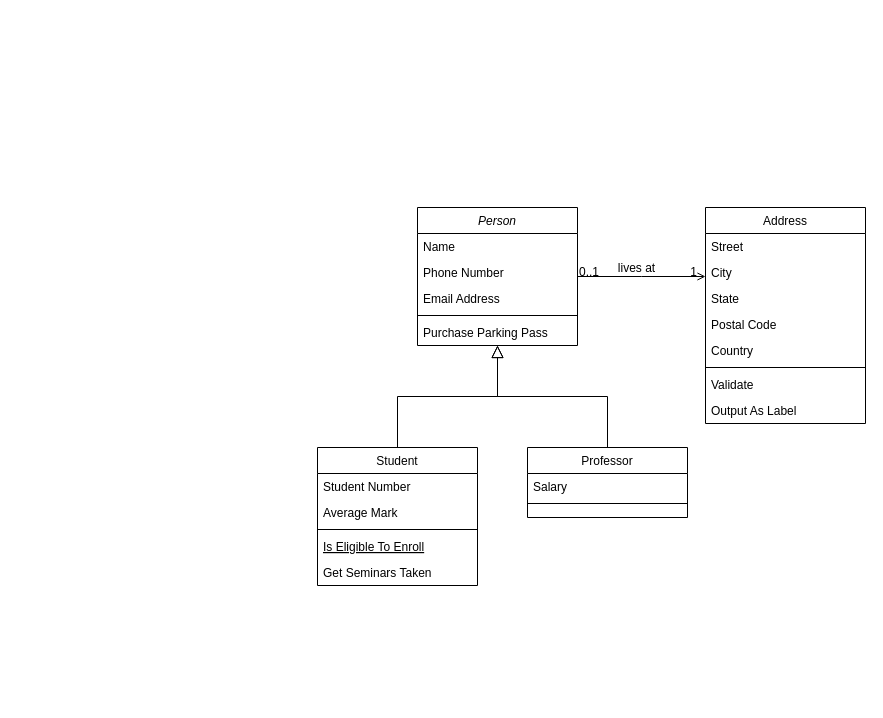
The draw.io diagram docs/Class_Diagram.drawio in Atributties/ProjectPeak, before the edit. Source tidied: cells renumbered, new cells numbered last; positions are measured from the earlier drawing's top-left corner, leaving out a move shared by most shapes. Both pictures are drawn from the tidied source at 100%, with x=0, y=0 at pixel (317, 207).
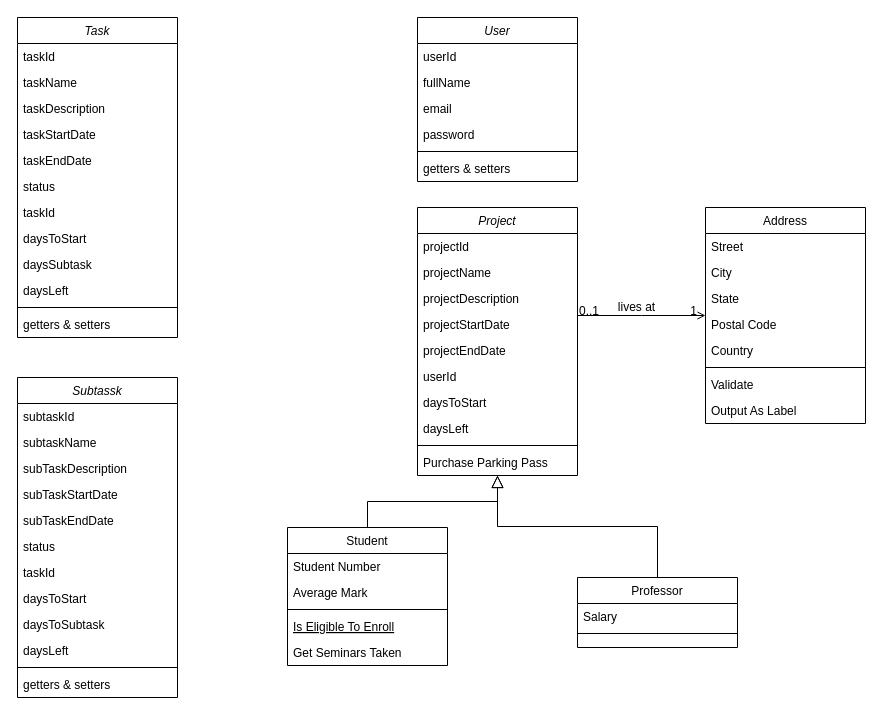
The same diagram, later.

The edit, as a diff of the source:
```diff
@@
-    <mxCell id="2" value="Person" style="swimlane;fontStyle=2;align=center;verticalAlign=top;horizontal=1;startSize=26;rounded=0;shadow=0;strokeWidth=1;" parent="1" vertex="1">
-      <mxGeometry x="100" width="160" height="138" as="geometry" />
+    <mxCell id="2" value="Project" style="swimlane;fontStyle=2;align=center;verticalAlign=top;horizontal=1;startSize=26;rounded=0;shadow=0;strokeWidth=1;" parent="1" vertex="1">
+      <mxGeometry x="100" width="160" height="268" as="geometry" />
     </mxCell>
-    <mxCell id="3" value="Name" style="text;align=left;verticalAlign=top;spacingLeft=4;spacingRight=4;overflow=hidden;" parent="2" vertex="1">
+    <mxCell id="3" value="projectId" style="text;align=left;verticalAlign=top;spacingLeft=4;spacingRight=4;overflow=hidden;" parent="2" vertex="1">
       <mxGeometry y="26" width="160" height="26" as="geometry" />
     </mxCell>
-    <mxCell id="4" value="Phone Number" style="text;align=left;verticalAlign=top;spacingLeft=4;spacingRight=4;overflow=hidden;rounded=0;shadow=0;html=0;" parent="2" vertex="1">
+    <mxCell id="4" value="projectName" style="text;align=left;verticalAlign=top;spacingLeft=4;spacingRight=4;overflow=hidden;rounded=0;shadow=0;html=0;" parent="2" vertex="1">
       <mxGeometry y="52" width="160" height="26" as="geometry" />
     </mxCell>
-    <mxCell id="5" value="Email Address" style="text;align=left;verticalAlign=top;spacingLeft=4;spacingRight=4;overflow=hidden;rounded=0;shadow=0;html=0;" parent="2" vertex="1">
+    <mxCell id="5" value="projectDescription" style="text;align=left;verticalAlign=top;spacingLeft=4;spacingRight=4;overflow=hidden;rounded=0;shadow=0;html=0;" parent="2" vertex="1">
       <mxGeometry y="78" width="160" height="26" as="geometry" />
     </mxCell>
+    <mxCell id="32" value="projectStartDate" style="text;align=left;verticalAlign=top;spacingLeft=4;spacingRight=4;overflow=hidden;rounded=0;shadow=0;html=0;" parent="2" vertex="1">
+      <mxGeometry y="104" width="160" height="26" as="geometry" />
+    </mxCell>
+    <mxCell id="33" value="projectEndDate" style="text;align=left;verticalAlign=top;spacingLeft=4;spacingRight=4;overflow=hidden;rounded=0;shadow=0;html=0;" parent="2" vertex="1">
+      <mxGeometry y="130" width="160" height="26" as="geometry" />
+    </mxCell>
+    <mxCell id="34" value="userId" style="text;align=left;verticalAlign=top;spacingLeft=4;spacingRight=4;overflow=hidden;rounded=0;shadow=0;html=0;" parent="2" vertex="1">
+      <mxGeometry y="156" width="160" height="26" as="geometry" />
+    </mxCell>
+    <mxCell id="35" value="daysToStart" style="text;align=left;verticalAlign=top;spacingLeft=4;spacingRight=4;overflow=hidden;rounded=0;shadow=0;html=0;" parent="2" vertex="1">
+      <mxGeometry y="182" width="160" height="26" as="geometry" />
+    </mxCell>
+    <mxCell id="36" value="daysLeft" style="text;align=left;verticalAlign=top;spacingLeft=4;spacingRight=4;overflow=hidden;rounded=0;shadow=0;html=0;" parent="2" vertex="1">
+      <mxGeometry y="208" width="160" height="26" as="geometry" />
+    </mxCell>
     <mxCell id="6" style="line;html=1;strokeWidth=1;align=left;verticalAlign=middle;spacingTop=-1;spacingLeft=3;spacingRight=3;labelPosition=right;" parent="2" vertex="1">
-      <mxGeometry y="104" width="160" height="8" as="geometry" />
+      <mxGeometry y="234" width="160" height="8" as="geometry" />
     </mxCell>
     <mxCell id="7" value="Purchase Parking Pass" style="text;align=left;verticalAlign=top;spacingLeft=4;spacingRight=4;overflow=hidden;" parent="2" vertex="1">
-      <mxGeometry y="112" width="160" height="26" as="geometry" />
+      <mxGeometry y="242" width="160" height="26" as="geometry" />
     </mxCell>
     <mxCell id="8" value="Student" style="swimlane;fontStyle=0;align=center;verticalAlign=top;horizontal=1;startSize=26;rounded=0;shadow=0;strokeWidth=1;" parent="1" vertex="1">
-      <mxGeometry y="240" width="160" height="138" as="geometry" />
+      <mxGeometry x="-30" y="320" width="160" height="138" as="geometry" />
     </mxCell>
@@
     <mxCell id="15" value="Professor" style="swimlane;fontStyle=0;align=center;verticalAlign=top;horizontal=1;startSize=26;rounded=0;shadow=0;strokeWidth=1;" parent="1" vertex="1">
-      <mxGeometry x="210" y="240" width="160" height="70" as="geometry" />
+      <mxGeometry x="260" y="370" width="160" height="70" as="geometry" />
     </mxCell>
@@
+    <mxCell id="37" value="User" style="swimlane;fontStyle=2;align=center;verticalAlign=top;horizontal=1;startSize=26;rounded=0;shadow=0;strokeWidth=1;" parent="1" vertex="1">
+      <mxGeometry x="100" y="-190" width="160" height="164" as="geometry" />
+    </mxCell>
+    <mxCell id="38" value="userId" style="text;align=left;verticalAlign=top;spacingLeft=4;spacingRight=4;overflow=hidden;" parent="37" vertex="1">
+      <mxGeometry y="26" width="160" height="26" as="geometry" />
+    </mxCell>
+    <mxCell id="39" value="fullName" style="text;align=left;verticalAlign=top;spacingLeft=4;spacingRight=4;overflow=hidden;rounded=0;shadow=0;html=0;" parent="37" vertex="1">
+      <mxGeometry y="52" width="160" height="26" as="geometry" />
+    </mxCell>
+    <mxCell id="40" value="email" style="text;align=left;verticalAlign=top;spacingLeft=4;spacingRight=4;overflow=hidden;rounded=0;shadow=0;html=0;" parent="37" vertex="1">
+      <mxGeometry y="78" width="160" height="26" as="geometry" />
+    </mxCell>
+    <mxCell id="41" value="password" style="text;align=left;verticalAlign=top;spacingLeft=4;spacingRight=4;overflow=hidden;rounded=0;shadow=0;html=0;" parent="37" vertex="1">
+      <mxGeometry y="104" width="160" height="26" as="geometry" />
+    </mxCell>
+    <mxCell id="42" style="line;html=1;strokeWidth=1;align=left;verticalAlign=middle;spacingTop=-1;spacingLeft=3;spacingRight=3;labelPosition=right;" parent="37" vertex="1">
+      <mxGeometry y="130" width="160" height="8" as="geometry" />
+    </mxCell>
+    <mxCell id="43" value="getters &amp; setters" style="text;align=left;verticalAlign=top;spacingLeft=4;spacingRight=4;overflow=hidden;" parent="37" vertex="1">
+      <mxGeometry y="138" width="160" height="26" as="geometry" />
+    </mxCell>
+    <mxCell id="44" value="Subtassk" style="swimlane;fontStyle=2;align=center;verticalAlign=top;horizontal=1;startSize=26;rounded=0;shadow=0;strokeWidth=1;" parent="1" vertex="1">
+      <mxGeometry x="-300" y="170" width="160" height="320" as="geometry" />
+    </mxCell>
+    <mxCell id="45" value="subtaskId" style="text;align=left;verticalAlign=top;spacingLeft=4;spacingRight=4;overflow=hidden;" parent="44" vertex="1">
+      <mxGeometry y="26" width="160" height="26" as="geometry" />
+    </mxCell>
+    <mxCell id="46" value="subtaskName" style="text;align=left;verticalAlign=top;spacingLeft=4;spacingRight=4;overflow=hidden;rounded=0;shadow=0;html=0;" parent="44" vertex="1">
+      <mxGeometry y="52" width="160" height="26" as="geometry" />
+    </mxCell>
+    <mxCell id="47" value="subTaskDescription" style="text;align=left;verticalAlign=top;spacingLeft=4;spacingRight=4;overflow=hidden;rounded=0;shadow=0;html=0;" parent="44" vertex="1">
+      <mxGeometry y="78" width="160" height="26" as="geometry" />
+    </mxCell>
+    <mxCell id="48" value="subTaskStartDate" style="text;align=left;verticalAlign=top;spacingLeft=4;spacingRight=4;overflow=hidden;rounded=0;shadow=0;html=0;" parent="44" vertex="1">
+      <mxGeometry y="104" width="160" height="26" as="geometry" />
+    </mxCell>
+    <mxCell id="49" value="subTaskEndDate" style="text;align=left;verticalAlign=top;spacingLeft=4;spacingRight=4;overflow=hidden;rounded=0;shadow=0;html=0;" parent="44" vertex="1">
+      <mxGeometry y="130" width="160" height="26" as="geometry" />
+    </mxCell>
+    <mxCell id="50" value="status" style="text;align=left;verticalAlign=top;spacingLeft=4;spacingRight=4;overflow=hidden;rounded=0;shadow=0;html=0;" parent="44" vertex="1">
+      <mxGeometry y="156" width="160" height="26" as="geometry" />
+    </mxCell>
+    <mxCell id="51" value="taskId" style="text;align=left;verticalAlign=top;spacingLeft=4;spacingRight=4;overflow=hidden;rounded=0;shadow=0;html=0;" parent="44" vertex="1">
+      <mxGeometry y="182" width="160" height="26" as="geometry" />
+    </mxCell>
+    <mxCell id="52" value="daysToStart" style="text;align=left;verticalAlign=top;spacingLeft=4;spacingRight=4;overflow=hidden;rounded=0;shadow=0;html=0;" parent="44" vertex="1">
+      <mxGeometry y="208" width="160" height="26" as="geometry" />
+    </mxCell>
+    <mxCell id="53" value="daysToSubtask" style="text;align=left;verticalAlign=top;spacingLeft=4;spacingRight=4;overflow=hidden;rounded=0;shadow=0;html=0;" parent="44" vertex="1">
+      <mxGeometry y="234" width="160" height="26" as="geometry" />
+    </mxCell>
+    <mxCell id="54" value="daysLeft" style="text;align=left;verticalAlign=top;spacingLeft=4;spacingRight=4;overflow=hidden;rounded=0;shadow=0;html=0;" parent="44" vertex="1">
+      <mxGeometry y="260" width="160" height="26" as="geometry" />
+    </mxCell>
+    <mxCell id="55" style="line;html=1;strokeWidth=1;align=left;verticalAlign=middle;spacingTop=-1;spacingLeft=3;spacingRight=3;labelPosition=right;" parent="44" vertex="1">
+      <mxGeometry y="286" width="160" height="8" as="geometry" />
+    </mxCell>
+    <mxCell id="56" value="getters &amp; setters" style="text;align=left;verticalAlign=top;spacingLeft=4;spacingRight=4;overflow=hidden;rounded=0;shadow=0;html=0;" parent="44" vertex="1">
+      <mxGeometry y="294" width="160" height="26" as="geometry" />
+    </mxCell>
+    <mxCell id="57" value="Task" style="swimlane;fontStyle=2;align=center;verticalAlign=top;horizontal=1;startSize=26;rounded=0;shadow=0;strokeWidth=1;" parent="1" vertex="1">
+      <mxGeometry x="-300" y="-190" width="160" height="320" as="geometry" />
+    </mxCell>
+    <mxCell id="58" value="taskId" style="text;align=left;verticalAlign=top;spacingLeft=4;spacingRight=4;overflow=hidden;" parent="57" vertex="1">
+      <mxGeometry y="26" width="160" height="26" as="geometry" />
+    </mxCell>
+    <mxCell id="59" value="taskName" style="text;align=left;verticalAlign=top;spacingLeft=4;spacingRight=4;overflow=hidden;rounded=0;shadow=0;html=0;" parent="57" vertex="1">
+      <mxGeometry y="52" width="160" height="26" as="geometry" />
+    </mxCell>
+    <mxCell id="60" value="taskDescription" style="text;align=left;verticalAlign=top;spacingLeft=4;spacingRight=4;overflow=hidden;rounded=0;shadow=0;html=0;" parent="57" vertex="1">
+      <mxGeometry y="78" width="160" height="26" as="geometry" />
+    </mxCell>
+    <mxCell id="61" value="taskStartDate" style="text;align=left;verticalAlign=top;spacingLeft=4;spacingRight=4;overflow=hidden;rounded=0;shadow=0;html=0;" parent="57" vertex="1">
+      <mxGeometry y="104" width="160" height="26" as="geometry" />
+    </mxCell>
+    <mxCell id="62" value="taskEndDate" style="text;align=left;verticalAlign=top;spacingLeft=4;spacingRight=4;overflow=hidden;rounded=0;shadow=0;html=0;" parent="57" vertex="1">
+      <mxGeometry y="130" width="160" height="26" as="geometry" />
+    </mxCell>
+    <mxCell id="63" value="status" style="text;align=left;verticalAlign=top;spacingLeft=4;spacingRight=4;overflow=hidden;rounded=0;shadow=0;html=0;" parent="57" vertex="1">
+      <mxGeometry y="156" width="160" height="26" as="geometry" />
+    </mxCell>
+    <mxCell id="64" value="taskId" style="text;align=left;verticalAlign=top;spacingLeft=4;spacingRight=4;overflow=hidden;rounded=0;shadow=0;html=0;" parent="57" vertex="1">
+      <mxGeometry y="182" width="160" height="26" as="geometry" />
+    </mxCell>
+    <mxCell id="65" value="daysToStart" style="text;align=left;verticalAlign=top;spacingLeft=4;spacingRight=4;overflow=hidden;rounded=0;shadow=0;html=0;" parent="57" vertex="1">
+      <mxGeometry y="208" width="160" height="26" as="geometry" />
+    </mxCell>
+    <mxCell id="66" value="daysSubtask" style="text;align=left;verticalAlign=top;spacingLeft=4;spacingRight=4;overflow=hidden;rounded=0;shadow=0;html=0;" parent="57" vertex="1">
+      <mxGeometry y="234" width="160" height="26" as="geometry" />
+    </mxCell>
+    <mxCell id="67" value="daysLeft" style="text;align=left;verticalAlign=top;spacingLeft=4;spacingRight=4;overflow=hidden;rounded=0;shadow=0;html=0;" parent="57" vertex="1">
+      <mxGeometry y="260" width="160" height="26" as="geometry" />
+    </mxCell>
+    <mxCell id="68" style="line;html=1;strokeWidth=1;align=left;verticalAlign=middle;spacingTop=-1;spacingLeft=3;spacingRight=3;labelPosition=right;" parent="57" vertex="1">
+      <mxGeometry y="286" width="160" height="8" as="geometry" />
+    </mxCell>
+    <mxCell id="69" value="getters &amp; setters" style="text;align=left;verticalAlign=top;spacingLeft=4;spacingRight=4;overflow=hidden;rounded=0;shadow=0;html=0;" parent="57" vertex="1">
+      <mxGeometry y="294" width="160" height="26" as="geometry" />
+    </mxCell>
```
